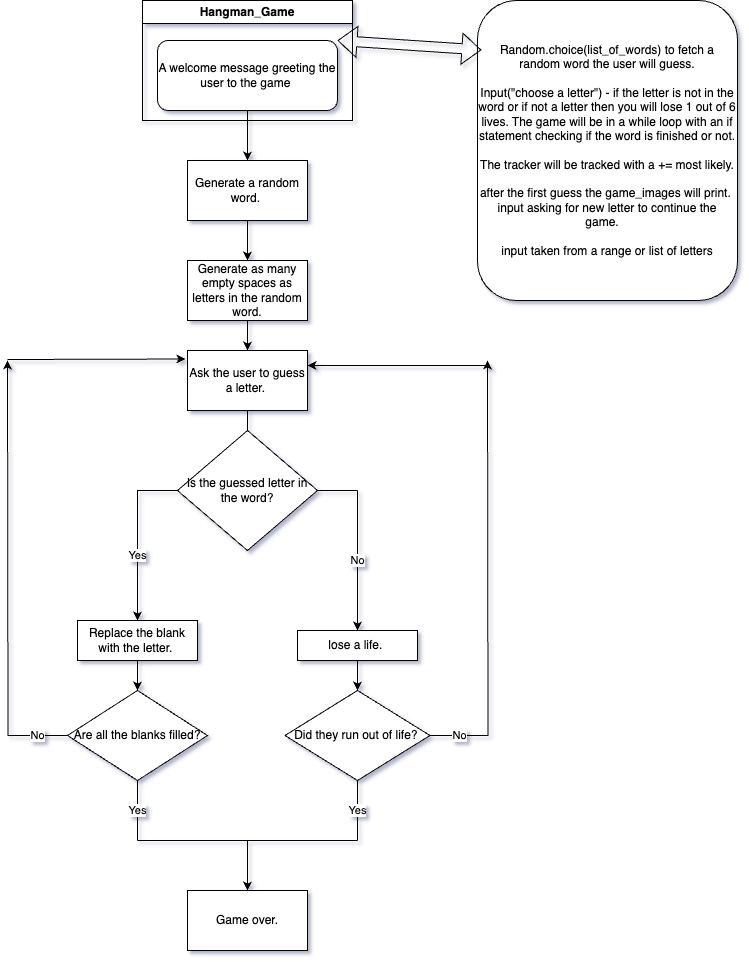
Before: Hangman.drawio.png, a diagram exported from draw.io (MiLkEE44/Hangman_Game). Source tidied: cells renumbered, new cells last; positions are measured from the earlier drawing's top-left corner, leaving out a move shared by most shapes.
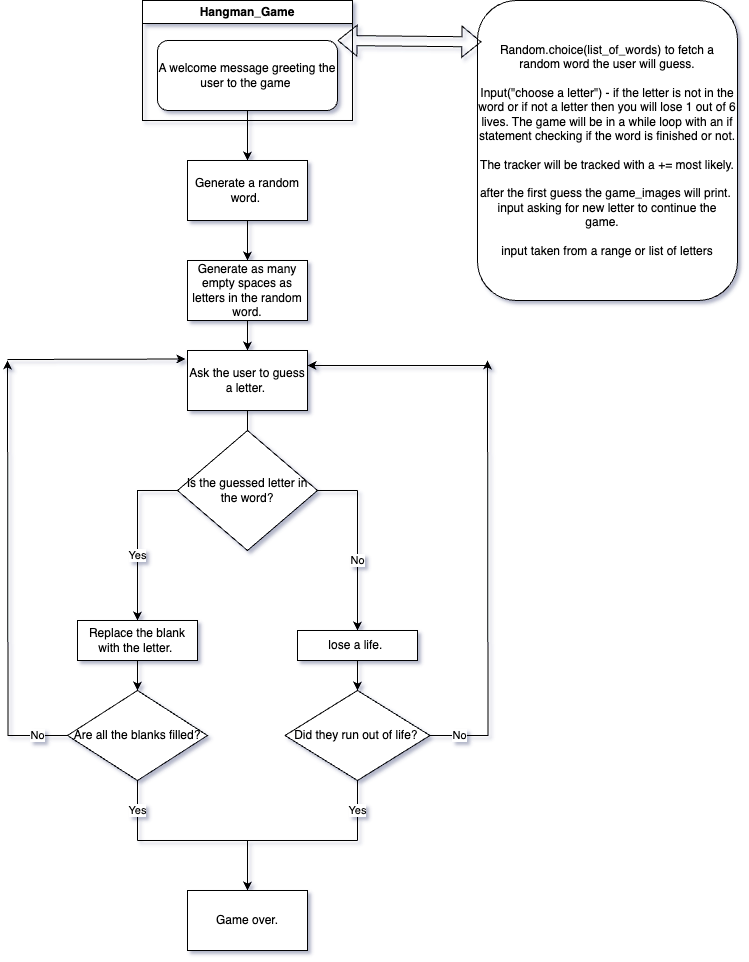
Above is the later version.

Change to the diagram source:
```diff
@@ -28,7 +28,7 @@
     <mxCell id="9" value="Ask the user to guess a letter.&amp;nbsp;" style="rounded=0;whiteSpace=wrap;html=1;" parent="1" vertex="1">
       <mxGeometry x="180" y="350" width="120" height="60" as="geometry" />
     </mxCell>
-    <mxCell id="10" style="shape=flexArrow;endArrow=classic;startArrow=classic;html=1;rounded=0;entryX=0.015;entryY=0.165;entryDx=0;entryDy=0;exitX=1;exitY=0;exitDx=0;exitDy=0;entryPerimeter=0;" parent="1" edge="1" source="25" target="3">
+    <mxCell id="10" style="shape=flexArrow;endArrow=classic;startArrow=classic;html=1;rounded=0;entryX=0.015;entryY=0.138;entryDx=0;entryDy=0;exitX=1;exitY=0;exitDx=0;exitDy=0;entryPerimeter=0;" parent="1" edge="1" source="25" target="3">
       <mxGeometry relative="1" as="geometry" />
     </mxCell>
     <mxCell id="11" style="endArrow=classic;html=1;rounded=0;exitX=0.5;exitY=1;exitDx=0;exitDy=0;" parent="1" edge="1" source="6" target="9">
```
